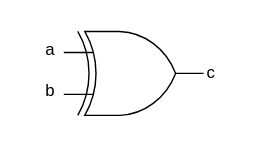
Before: .pic/Introduction/How FPGA works/fig_03.drawio.svg, a diagram exported from draw.io (MPSU/APS). Source tidied: cells renumbered, new cells last; positions are measured from the earlier drawing's top-left corner, leaving out a move shared by most shapes.
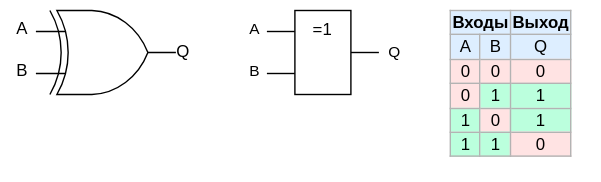
The same diagram one commit later.

What changed in the source:
```diff
@@ -5,14 +5,50 @@
     <mxCell id="2" style="verticalLabelPosition=bottom;shadow=0;dashed=0;align=center;html=1;verticalAlign=top;shape=mxgraph.electrical.logic_gates.logic_gate;operation=xor;" parent="1" vertex="1">
       <mxGeometry x="25" y="2" width="100" height="60" as="geometry" />
     </mxCell>
-    <mxCell id="3" value="a" style="text;html=1;align=center;verticalAlign=middle;strokeColor=none;fillColor=none;" parent="1" vertex="1">
+    <mxCell id="3" value="A" style="text;html=1;align=center;verticalAlign=middle;strokeColor=none;fillColor=none;" parent="1" vertex="1">
       <mxGeometry width="30" height="30" as="geometry" />
     </mxCell>
-    <mxCell id="4" value="b" style="text;html=1;align=center;verticalAlign=middle;strokeColor=none;fillColor=none;" parent="1" vertex="1">
+    <mxCell id="4" value="B" style="text;html=1;align=center;verticalAlign=middle;strokeColor=none;fillColor=none;" parent="1" vertex="1">
       <mxGeometry y="30" width="30" height="30" as="geometry" />
     </mxCell>
-    <mxCell id="5" value="c" style="text;html=1;align=center;verticalAlign=middle;strokeColor=none;fillColor=none;" parent="1" vertex="1">
+    <mxCell id="5" value="Q" style="text;html=1;align=center;verticalAlign=middle;strokeColor=none;fillColor=none;" parent="1" vertex="1">
       <mxGeometry x="115" y="17" width="30" height="30" as="geometry" />
     </mxCell>
+    <mxCell id="6" style="edgeStyle=orthogonalEdgeStyle;rounded=0;jettySize=auto;html=1;exitX=1;exitY=0.5;exitDx=0;exitDy=0;endArrow=none;endFill=0;" parent="1" edge="1" source="12">
+      <mxGeometry relative="1" as="geometry">
+        <mxPoint x="270" y="32" as="targetPoint" />
+      </mxGeometry>
+    </mxCell>
+    <mxCell id="7" value="Q" style="edgeLabel;html=1;align=center;verticalAlign=middle;" parent="6" vertex="1">
+      <mxGeometry x="0.63" y="1" relative="1" as="geometry">
+        <mxPoint x="14" y="1" as="offset" />
+      </mxGeometry>
+    </mxCell>
+    <mxCell id="8" style="edgeStyle=orthogonalEdgeStyle;rounded=0;jettySize=auto;html=1;exitX=0;exitY=0.25;exitDx=0;exitDy=0;endArrow=none;endFill=0;" parent="1" edge="1" source="12">
+      <mxGeometry relative="1" as="geometry">
+        <mxPoint x="190" y="17" as="targetPoint" />
+      </mxGeometry>
+    </mxCell>
+    <mxCell id="9" value="A" style="edgeLabel;html=1;align=center;verticalAlign=middle;" parent="8" vertex="1">
+      <mxGeometry x="-0.23" y="-2" relative="1" as="geometry">
+        <mxPoint x="-22" as="offset" />
+      </mxGeometry>
+    </mxCell>
+    <mxCell id="10" style="edgeStyle=orthogonalEdgeStyle;rounded=0;jettySize=auto;html=1;exitX=0;exitY=0.75;exitDx=0;exitDy=0;endArrow=none;endFill=0;" parent="1" edge="1" source="12">
+      <mxGeometry relative="1" as="geometry">
+        <mxPoint x="190" y="47" as="targetPoint" />
+      </mxGeometry>
+    </mxCell>
+    <mxCell id="11" value="B" style="edgeLabel;html=1;align=center;verticalAlign=middle;" parent="10" vertex="1">
+      <mxGeometry x="0.17" relative="1" as="geometry">
+        <mxPoint x="-18" y="-2" as="offset" />
+      </mxGeometry>
+    </mxCell>
+    <mxCell id="12" value="=1" style="rounded=0;whiteSpace=wrap;html=1;horizontal=1;verticalAlign=top;" parent="1" vertex="1">
+      <mxGeometry x="210" y="2" width="40" height="60" as="geometry" />
+    </mxCell>
+    <mxCell id="13" value="&lt;table border=&quot;1&quot; class=&quot;wikitable&quot; style=&quot;float: right; text-align: center; border: 1px solid rgb(179, 179, 179); border-collapse: collapse;&quot;&gt;&lt;tbody&gt;&lt;tr style=&quot;background:#def;&quot;&gt;&lt;td colspan=&quot;2&quot;&gt;&lt;b&gt;Входы&lt;/b&gt;&lt;/td&gt;&lt;td&gt;&lt;b&gt;Выход&lt;/b&gt;&lt;br&gt;&lt;/td&gt;&lt;/tr&gt;&lt;tr style=&quot;background:#def;&quot;&gt;&lt;td&gt;A&lt;/td&gt;&lt;td&gt;B&lt;/td&gt;&lt;td&gt;Q&lt;br&gt;&lt;/td&gt;&lt;/tr&gt;&lt;tr&gt;&lt;td style=&quot;background: #FFE3E3; color: black; vertical-align: middle; text-align: center;&quot; class=&quot;table-no2&quot;&gt;0&lt;/td&gt;&lt;td style=&quot;background: #FFE3E3; color: black; vertical-align: middle; text-align: center;&quot; class=&quot;table-no2&quot;&gt;0&lt;/td&gt;&lt;td style=&quot;background: #FFE3E3; color: black; vertical-align: middle; text-align: center;&quot; class=&quot;table-no2&quot;&gt;0&lt;br&gt;&lt;/td&gt;&lt;/tr&gt;&lt;tr&gt;&lt;td style=&quot;background: #FFE3E3; color: black; vertical-align: middle; text-align: center;&quot; class=&quot;table-no2&quot;&gt;0&lt;/td&gt;&lt;td style=&quot;background:#bfd; color:black; vertical-align:middle; text-align:center;&quot; class=&quot;table-yes2&quot;&gt;1&lt;/td&gt;&lt;td border=&quot;1&quot; style=&quot;background: rgb(187, 255, 221); color: black; vertical-align: middle; text-align: center; border-collapse: collapse;&quot; class=&quot;table-no2&quot;&gt;&lt;span style=&quot;&quot;&gt;1&lt;/span&gt;&lt;br&gt;&lt;/td&gt;&lt;/tr&gt;&lt;tr&gt;&lt;td style=&quot;background:#bfd; color:black; vertical-align:middle; text-align:center;&quot; class=&quot;table-yes2&quot;&gt;1&lt;/td&gt;&lt;td style=&quot;background: #FFE3E3; color: black; vertical-align: middle; text-align: center;&quot; class=&quot;table-no2&quot;&gt;0&lt;/td&gt;&lt;td style=&quot;background: rgb(187, 255, 221); color: black; vertical-align: middle; text-align: center;&quot; class=&quot;table-no2&quot;&gt;1&lt;br&gt;&lt;/td&gt;&lt;/tr&gt;&lt;tr&gt;&lt;td style=&quot;background:#bfd; color:black; vertical-align:middle; text-align:center;&quot; class=&quot;table-yes2&quot;&gt;1&lt;/td&gt;&lt;td style=&quot;background:#bfd; color:black; vertical-align:middle; text-align:center;&quot; class=&quot;table-yes2&quot;&gt;1&lt;/td&gt;&lt;td style=&quot;background: rgb(255, 227, 227); color: black; vertical-align: middle; text-align: center;&quot; class=&quot;table-yes2&quot;&gt;0&lt;br&gt;&lt;/td&gt;&lt;/tr&gt;&lt;/tbody&gt;&lt;/table&gt;" style="text;whiteSpace=wrap;html=1;strokeColor=none;" parent="1" vertex="1">
+      <mxGeometry x="319" y="-5" width="110" height="130" as="geometry" />
+    </mxCell>
   </root>
 </mxGraphModel>
```
